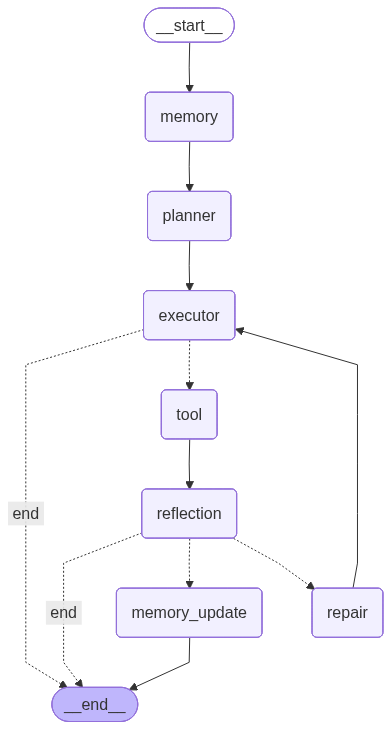
Above: docs/diagrams/agent_graph.png in buildwithabbi/data-analyist-agent (Mermaid), before the change. Its source is kept beside it as docs/diagrams/agent_graph.mmd.
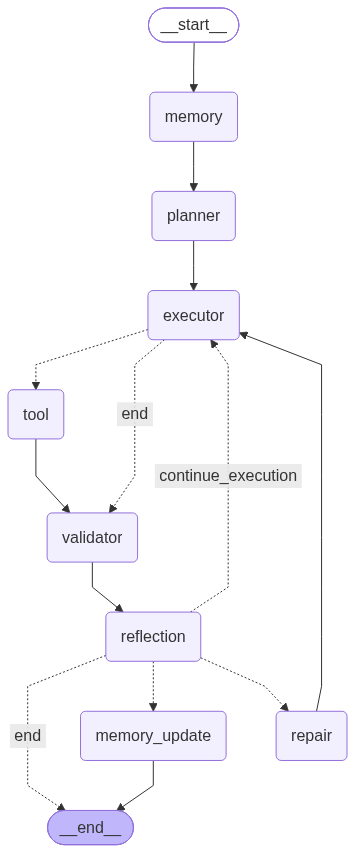
The same diagram one commit later.

The edit, as a diff of the source:
```diff
@@ -9,20 +9,23 @@
 	executor(executor)
 	tool(tool)
 	reflection(reflection)
+	validator(validator)
 	repair(repair)
 	memory(memory)
 	memory_update(memory_update)
 	__end__([<p>__end__</p>]):::last
 	__start__ --> memory;
-	executor -. &nbsp;end&nbsp; .-> __end__;
 	executor -.-> tool;
+	executor -. &nbsp;end&nbsp; .-> validator;
 	memory --> planner;
 	planner --> executor;
 	reflection -. &nbsp;end&nbsp; .-> __end__;
+	reflection -. &nbsp;continue_execution&nbsp; .-> executor;
 	reflection -.-> memory_update;
 	reflection -.-> repair;
 	repair --> executor;
-	tool --> reflection;
+	tool --> validator;
+	validator --> reflection;
 	memory_update --> __end__;
 	classDef default fill:#f2f0ff,line-height:1.2
 	classDef first fill-opacity:0
```
